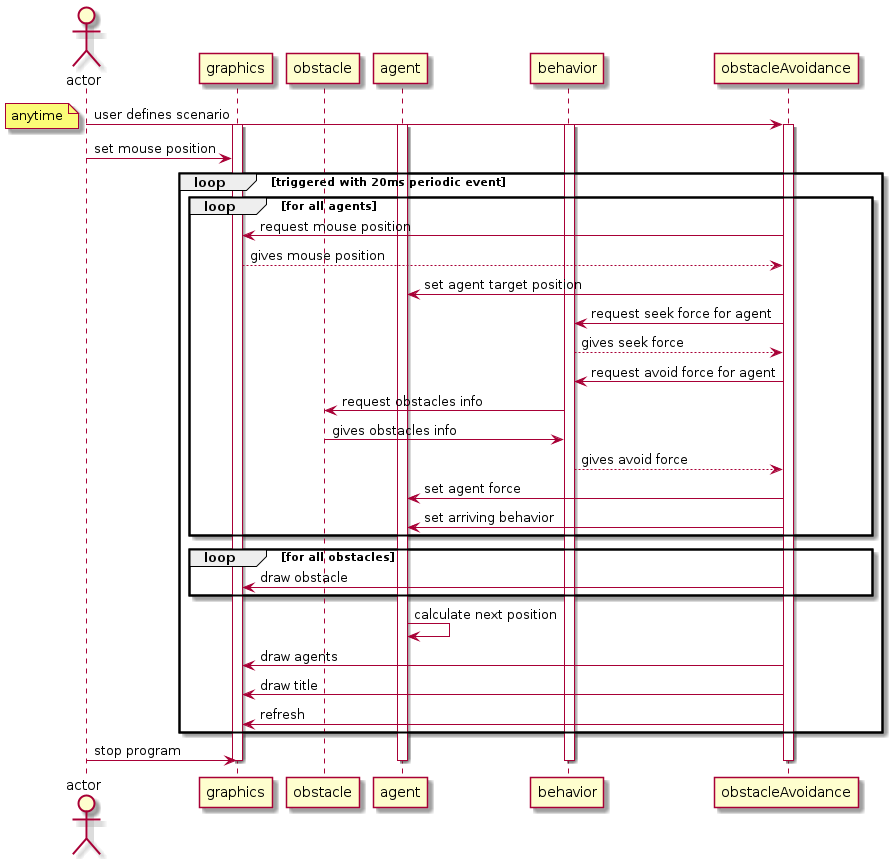
mehmetrizaoz/autonomousSteeringAgents keeps this PlantUML diagram as docs/uml/sequence_diagram/obstacleAvoidance.png. Above is the earlier version.
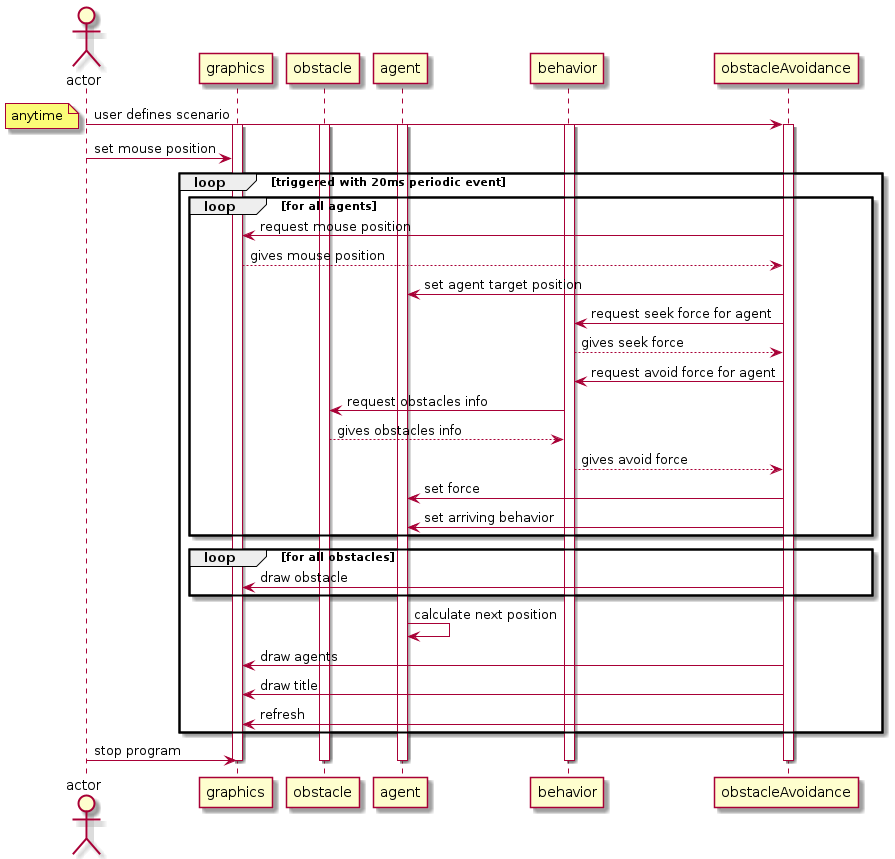
Above is the later version.

Diff of the diagram source:
```diff
@@ -10,6 +10,7 @@
 activate oA
 activate view
 activate agent
+activate obst
 activate steeringBehavior
 note left: anytime
 user -> view:  set mouse position
@@ -22,9 +23,9 @@
         steeringBehavior --> oA: gives seek force
         oA -> steeringBehavior: request avoid force for agent
         steeringBehavior -> obst: request obstacles info
-        obst -> steeringBehavior: gives obstacles info
+        obst --> steeringBehavior: gives obstacles info
         steeringBehavior --> oA: gives avoid force
-        oA -> agent: set agent force
+        oA -> agent: set force
         oA -> agent: set arriving behavior
     end
 
@@ -40,6 +41,7 @@
 user -> view: stop program
 deactivate oA
 deactivate view
+deactivate obst
 deactivate agent
 deactivate steeringBehavior
 @enduml
```
